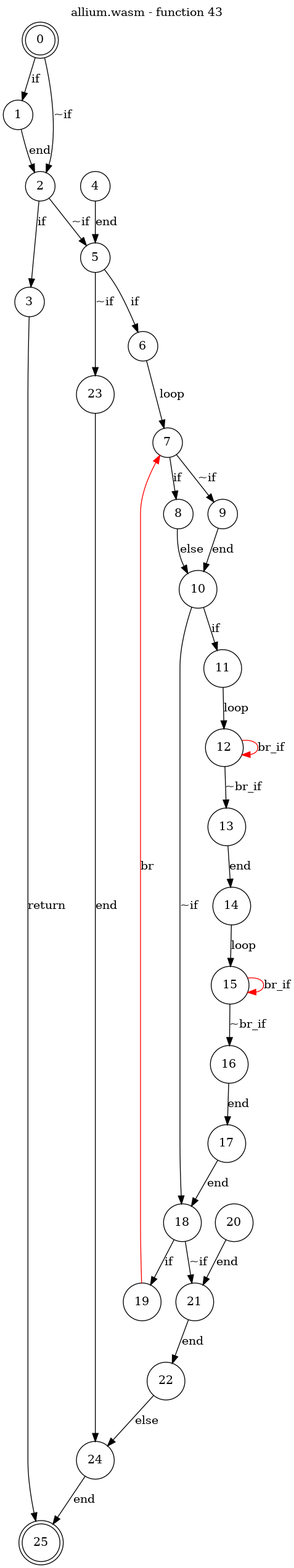
Above: test_cases/allium/funcs/allium-func43.png in jsCarleton/wanalyze (Graphviz), before the change. Its source is kept beside it as test_cases/allium/funcs/allium-func43.dot. The source it was exported from:
```dot
digraph finite_state_machine {
    label = "allium.wasm - function 43"
    labelloc =  t
    labelfontsize = 16
    labelfontcolor = black
    labelfontname = "Helvetica"
    node [shape = doublecircle]; 0 25;
    node [shape = circle];
    0 -> 1[label = "if"];
    0 -> 2[label = "~if"];
    1 -> 2[label = "end"];
    2 -> 3[label = "if"];
    2 -> 5[label = "~if"];
    3 -> 25[label = "return"];
    4 -> 5[label = "end"];
    5 -> 6[label = "if"];
    5 -> 23[label = "~if"];
    6 -> 7[label = "loop"];
    7 -> 8[label = "if"];
    7 -> 9[label = "~if"];
    8 -> 10[label = "else"];
    9 -> 10[label = "end"];
    10 -> 11[label = "if"];
    10 -> 18[label = "~if"];
    11 -> 12[label = "loop"];
    12 -> 13[label = "~br_if"];
    12 -> 12[color="red" label = "br_if"];
    13 -> 14[label = "end"];
    14 -> 15[label = "loop"];
    15 -> 16[label = "~br_if"];
    15 -> 15[color="red" label = "br_if"];
    16 -> 17[label = "end"];
    17 -> 18[label = "end"];
    18 -> 19[label = "if"];
    18 -> 21[label = "~if"];
    19 -> 7[color="red" label = "br"];
    20 -> 21[label = "end"];
    21 -> 22[label = "end"];
    22 -> 24[label = "else"];
    23 -> 24[label = "end"];
    24 -> 25[label = "end"];
}
```
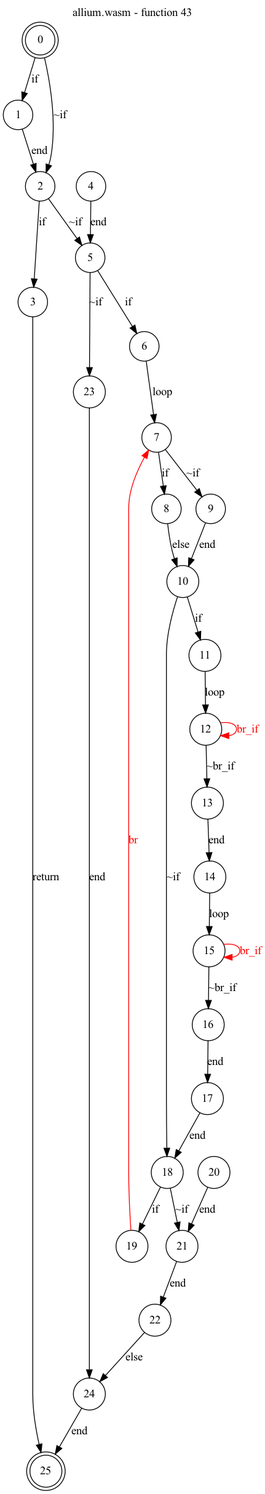
The same file after the commit.

The edit, as a diff of the source:
```diff
@@ -6,37 +6,37 @@
     labelfontname = "Helvetica"
     node [shape = doublecircle]; 0 25;
     node [shape = circle];
-    0 -> 1[label = "if"];
-    0 -> 2[label = "~if"];
-    1 -> 2[label = "end"];
-    2 -> 3[label = "if"];
-    2 -> 5[label = "~if"];
-    3 -> 25[label = "return"];
-    4 -> 5[label = "end"];
-    5 -> 6[label = "if"];
-    5 -> 23[label = "~if"];
-    6 -> 7[label = "loop"];
-    7 -> 8[label = "if"];
-    7 -> 9[label = "~if"];
-    8 -> 10[label = "else"];
-    9 -> 10[label = "end"];
-    10 -> 11[label = "if"];
-    10 -> 18[label = "~if"];
-    11 -> 12[label = "loop"];
-    12 -> 13[label = "~br_if"];
-    12 -> 12[color="red" label = "br_if"];
-    13 -> 14[label = "end"];
-    14 -> 15[label = "loop"];
-    15 -> 16[label = "~br_if"];
-    15 -> 15[color="red" label = "br_if"];
-    16 -> 17[label = "end"];
-    17 -> 18[label = "end"];
-    18 -> 19[label = "if"];
-    18 -> 21[label = "~if"];
-    19 -> 7[color="red" label = "br"];
-    20 -> 21[label = "end"];
-    21 -> 22[label = "end"];
-    22 -> 24[label = "else"];
-    23 -> 24[label = "end"];
-    24 -> 25[label = "end"];
+    0 -> 1[label="if"];
+    0 -> 2[label="~if"];
+    1 -> 2[label="end"];
+    2 -> 3[label="if"];
+    2 -> 5[label="~if"];
+    3 -> 25[label="return"];
+    4 -> 5[label="end"];
+    5 -> 6[label="if"];
+    5 -> 23[label="~if"];
+    6 -> 7[label="loop"];
+    7 -> 8[label="if"];
+    7 -> 9[label="~if"];
+    8 -> 10[label="else"];
+    9 -> 10[label="end"];
+    10 -> 11[label="if"];
+    10 -> 18[label="~if"];
+    11 -> 12[label="loop"];
+    12 -> 13[label="~br_if"];
+    12 -> 12[color="red" fontcolor="red" label="br_if"];
+    13 -> 14[label="end"];
+    14 -> 15[label="loop"];
+    15 -> 16[label="~br_if"];
+    15 -> 15[color="red" fontcolor="red" label="br_if"];
+    16 -> 17[label="end"];
+    17 -> 18[label="end"];
+    18 -> 19[label="if"];
+    18 -> 21[label="~if"];
+    19 -> 7[color="red" fontcolor="red" label="br"];
+    20 -> 21[label="end"];
+    21 -> 22[label="end"];
+    22 -> 24[label="else"];
+    23 -> 24[label="end"];
+    24 -> 25[label="end"];
 }
```
